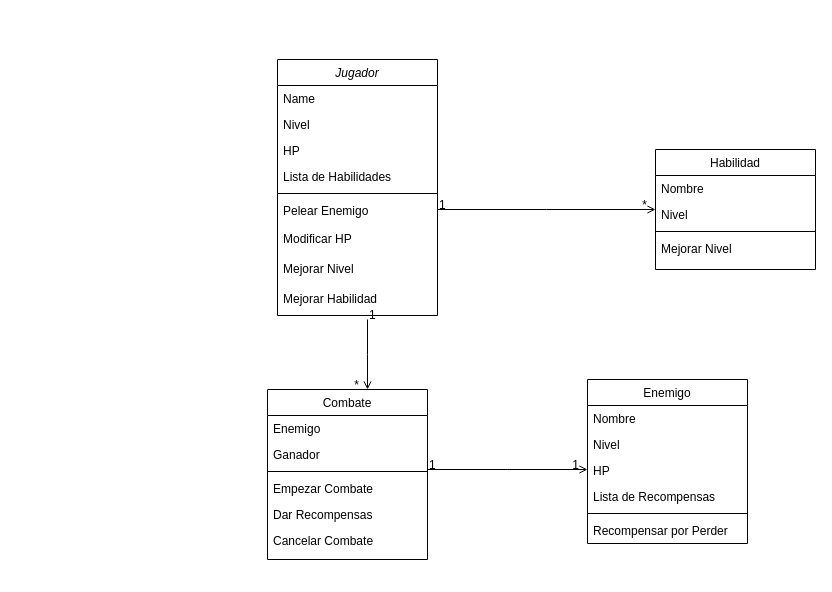
Above: Juego de Rol.drawio in AgustinaFontana/1prueba (draw.io), before the change. Source tidied: cells renumbered, new cells numbered last; positions are measured from the earlier drawing's top-left corner, leaving out a move shared by most shapes. Both pictures are drawn from the tidied source at 100%, with x=0, y=0 at pixel (267, 59).
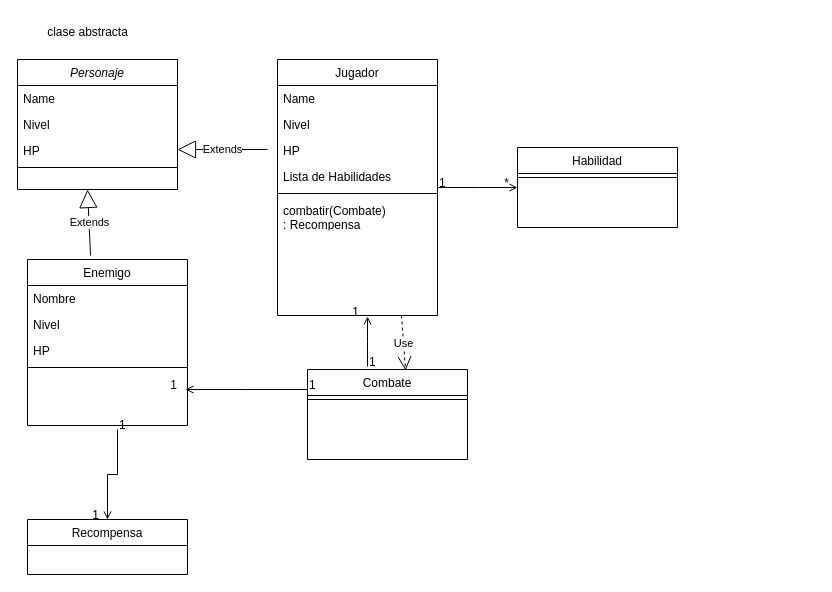
After the change.

Change to the diagram source:
```diff
@@
-    <mxCell id="2" value="Jugador" style="swimlane;fontStyle=2;align=center;verticalAlign=top;horizontal=1;startSize=26;rounded=0;shadow=0;strokeWidth=1;" parent="1" vertex="1">
+    <mxCell id="2" value="Jugador" style="swimlane;fontStyle=0;align=center;verticalAlign=top;horizontal=1;startSize=26;rounded=0;shadow=0;strokeWidth=1;" parent="1" vertex="1">
       <mxGeometry x="10" width="160" height="256" as="geometry" />
     </mxCell>
@@
-    <mxCell id="8" value="Pelear Enemigo" style="text;align=left;verticalAlign=top;spacingLeft=4;spacingRight=4;overflow=hidden;" parent="2" vertex="1">
+    <mxCell id="8" value="combatir(Combate) &#10;: Recompensa" style="text;align=left;verticalAlign=top;spacingLeft=4;spacingRight=4;overflow=hidden;" parent="2" vertex="1">
       <mxGeometry y="138" width="160" height="28" as="geometry" />
     </mxCell>
-    <mxCell id="9" value="Modificar HP" style="text;align=left;verticalAlign=top;spacingLeft=4;spacingRight=4;overflow=hidden;" parent="2" vertex="1">
-      <mxGeometry y="166" width="160" height="30" as="geometry" />
-    </mxCell>
-    <mxCell id="10" value="Mejorar Nivel" style="text;align=left;verticalAlign=top;spacingLeft=4;spacingRight=4;overflow=hidden;" parent="2" vertex="1">
-      <mxGeometry y="196" width="160" height="30" as="geometry" />
-    </mxCell>
-    <mxCell id="11" value="Mejorar Habilidad" style="text;align=left;verticalAlign=top;spacingLeft=4;spacingRight=4;overflow=hidden;" parent="2" vertex="1">
-      <mxGeometry y="226" width="160" height="30" as="geometry" />
-    </mxCell>
     <mxCell id="12" value="Combate" style="swimlane;fontStyle=0;align=center;verticalAlign=top;horizontal=1;startSize=26;rounded=0;shadow=0;strokeWidth=1;" parent="1" vertex="1">
-      <mxGeometry y="330" width="160" height="170" as="geometry" />
+      <mxGeometry x="40" y="310" width="160" height="90" as="geometry" />
     </mxCell>
-    <mxCell id="13" value="Enemigo " style="text;align=left;verticalAlign=top;spacingLeft=4;spacingRight=4;overflow=hidden;" parent="12" vertex="1">
-      <mxGeometry y="26" width="160" height="26" as="geometry" />
-    </mxCell>
-    <mxCell id="14" value="Ganador" style="text;align=left;verticalAlign=top;spacingLeft=4;spacingRight=4;overflow=hidden;rounded=0;shadow=0;html=0;" parent="12" vertex="1">
-      <mxGeometry y="52" width="160" height="26" as="geometry" />
-    </mxCell>
     <mxCell id="15" style="line;html=1;strokeWidth=1;align=left;verticalAlign=middle;spacingTop=-1;spacingLeft=3;spacingRight=3;labelPosition=right;" parent="12" vertex="1">
-      <mxGeometry y="78" width="160" height="8" as="geometry" />
+      <mxGeometry y="26" width="160" height="8" as="geometry" />
     </mxCell>
-    <mxCell id="16" value="Empezar Combate" style="text;align=left;verticalAlign=top;spacingLeft=4;spacingRight=4;overflow=hidden;" parent="12" vertex="1">
-      <mxGeometry y="86" width="160" height="26" as="geometry" />
-    </mxCell>
-    <mxCell id="17" value="Dar Recompensas" style="text;align=left;verticalAlign=top;spacingLeft=4;spacingRight=4;overflow=hidden;" parent="12" vertex="1">
-      <mxGeometry y="112" width="160" height="26" as="geometry" />
-    </mxCell>
-    <mxCell id="18" value="Cancelar Combate" style="text;align=left;verticalAlign=top;spacingLeft=4;spacingRight=4;overflow=hidden;" parent="12" vertex="1">
-      <mxGeometry y="138" width="160" height="26" as="geometry" />
-    </mxCell>
     <mxCell id="19" value="Enemigo" style="swimlane;fontStyle=0;align=center;verticalAlign=top;horizontal=1;startSize=26;rounded=0;shadow=0;strokeWidth=1;" parent="1" vertex="1">
-      <mxGeometry x="320" y="320" width="160" height="164" as="geometry" />
+      <mxGeometry x="-240" y="200" width="160" height="166" as="geometry" />
     </mxCell>
@@
-    <mxCell id="23" value="Lista de Recompensas" style="text;align=left;verticalAlign=top;spacingLeft=4;spacingRight=4;overflow=hidden;" parent="19" vertex="1">
-      <mxGeometry y="104" width="160" height="26" as="geometry" />
-    </mxCell>
     <mxCell id="24" style="line;html=1;strokeWidth=1;align=left;verticalAlign=middle;spacingTop=-1;spacingLeft=3;spacingRight=3;labelPosition=right;" parent="19" vertex="1">
-      <mxGeometry y="130" width="160" height="8" as="geometry" />
+      <mxGeometry y="104" width="160" height="8" as="geometry" />
     </mxCell>
-    <mxCell id="25" value="Recompensar por Perder" style="text;align=left;verticalAlign=top;spacingLeft=4;spacingRight=4;overflow=hidden;rounded=0;shadow=0;html=0;" parent="19" vertex="1">
-      <mxGeometry y="138" width="160" height="26" as="geometry" />
-    </mxCell>
     <mxCell id="26" value="Habilidad" style="swimlane;fontStyle=0;align=center;verticalAlign=top;horizontal=1;startSize=26;rounded=0;shadow=0;strokeWidth=1;" parent="1" vertex="1">
-      <mxGeometry x="388" y="90" width="160" height="120" as="geometry" />
+      <mxGeometry x="250" y="88" width="160" height="80" as="geometry" />
     </mxCell>
-    <mxCell id="27" value="Nombre" style="text;align=left;verticalAlign=top;spacingLeft=4;spacingRight=4;overflow=hidden;" parent="26" vertex="1">
-      <mxGeometry y="26" width="160" height="26" as="geometry" />
-    </mxCell>
-    <mxCell id="28" value="Nivel" style="text;align=left;verticalAlign=top;spacingLeft=4;spacingRight=4;overflow=hidden;rounded=0;shadow=0;html=0;" parent="26" vertex="1">
-      <mxGeometry y="52" width="160" height="26" as="geometry" />
-    </mxCell>
     <mxCell id="29" style="line;html=1;strokeWidth=1;align=left;verticalAlign=middle;spacingTop=-1;spacingLeft=3;spacingRight=3;labelPosition=right;" parent="26" vertex="1">
-      <mxGeometry y="78" width="160" height="8" as="geometry" />
+      <mxGeometry y="26" width="160" height="8" as="geometry" />
     </mxCell>
-    <mxCell id="30" value="Mejorar Nivel" style="text;align=left;verticalAlign=top;spacingLeft=4;spacingRight=4;overflow=hidden;" parent="26" vertex="1">
-      <mxGeometry y="86" width="160" height="26" as="geometry" />
-    </mxCell>
@@
-    <mxCell id="34" style="endArrow=open;shadow=0;strokeWidth=1;rounded=0;endFill=1;edgeStyle=elbowEdgeStyle;elbow=vertical;" parent="1" edge="1">
-      <mxGeometry x="0.5" y="41" relative="1" as="geometry">
-        <mxPoint x="100" y="260" as="sourcePoint" />
-        <mxPoint x="100" y="330" as="targetPoint" />
-        <mxPoint x="-40" y="32" as="offset" />
-      </mxGeometry>
-    </mxCell>
-    <mxCell id="35" value="1" style="align=left;verticalAlign=bottom;labelBackgroundColor=none;fontSize=12;" parent="34" vertex="1">
-      <mxGeometry x="-1" relative="1" as="geometry">
-        <mxPoint y="4" as="offset" />
-      </mxGeometry>
-    </mxCell>
-    <mxCell id="36" value="*" style="align=right;verticalAlign=bottom;labelBackgroundColor=none;fontSize=12;" parent="34" vertex="1">
-      <mxGeometry x="1" relative="1" as="geometry">
-        <mxPoint x="-7" y="4" as="offset" />
-      </mxGeometry>
-    </mxCell>
-    <mxCell id="37" style="endArrow=open;shadow=0;strokeWidth=1;rounded=0;endFill=1;edgeStyle=elbowEdgeStyle;elbow=vertical;" parent="1" edge="1">
-      <mxGeometry x="0.5" y="41" relative="1" as="geometry">
-        <mxPoint x="160" y="410" as="sourcePoint" />
-        <mxPoint x="320" y="410" as="targetPoint" />
-        <mxPoint x="-40" y="32" as="offset" />
-      </mxGeometry>
-    </mxCell>
-    <mxCell id="38" value="1" style="align=left;verticalAlign=bottom;labelBackgroundColor=none;fontSize=12;" parent="37" vertex="1">
-      <mxGeometry x="-1" relative="1" as="geometry">
-        <mxPoint y="4" as="offset" />
-      </mxGeometry>
-    </mxCell>
-    <mxCell id="39" value="1" style="align=right;verticalAlign=bottom;labelBackgroundColor=none;fontSize=12;" parent="37" vertex="1">
-      <mxGeometry x="1" relative="1" as="geometry">
-        <mxPoint x="-7" y="4" as="offset" />
-      </mxGeometry>
-    </mxCell>
+    <mxCell id="40" value="Personaje" style="swimlane;fontStyle=2;align=center;verticalAlign=top;horizontal=1;startSize=26;rounded=0;shadow=0;strokeWidth=1;" parent="1" vertex="1">
+      <mxGeometry x="-250" width="160" height="130" as="geometry" />
+    </mxCell>
+    <mxCell id="41" value="Name" style="text;align=left;verticalAlign=top;spacingLeft=4;spacingRight=4;overflow=hidden;" parent="40" vertex="1">
+      <mxGeometry y="26" width="160" height="26" as="geometry" />
+    </mxCell>
+    <mxCell id="28" value="Nivel" style="text;align=left;verticalAlign=top;spacingLeft=4;spacingRight=4;overflow=hidden;rounded=0;shadow=0;html=0;" parent="40" vertex="1">
+      <mxGeometry y="52" width="160" height="26" as="geometry" />
+    </mxCell>
+    <mxCell id="42" value="HP" style="text;align=left;verticalAlign=top;spacingLeft=4;spacingRight=4;overflow=hidden;rounded=0;shadow=0;html=0;" parent="40" vertex="1">
+      <mxGeometry y="78" width="160" height="26" as="geometry" />
+    </mxCell>
+    <mxCell id="43" style="line;html=1;strokeWidth=1;align=left;verticalAlign=middle;spacingTop=-1;spacingLeft=3;spacingRight=3;labelPosition=right;" parent="40" vertex="1">
+      <mxGeometry y="104" width="160" height="8" as="geometry" />
+    </mxCell>
+    <mxCell id="44" value="clase abstracta" style="text;html=1;align=center;verticalAlign=middle;strokeColor=none;fillColor=none;" parent="1" vertex="1">
+      <mxGeometry x="-230" y="-42" width="100" height="30" as="geometry" />
+    </mxCell>
+    <mxCell id="45" value="Extends" style="endArrow=block;endSize=16;endFill=0;html=1;rounded=0;exitX=0.394;exitY=-0.024;exitDx=0;exitDy=0;exitPerimeter=0;" parent="1" edge="1" source="19">
+      <mxGeometry relative="1" as="geometry">
+        <mxPoint x="-180" y="130" as="targetPoint" />
+      </mxGeometry>
+    </mxCell>
+    <mxCell id="46" value="Extends" style="endArrow=block;endSize=16;endFill=0;html=1;rounded=0;" parent="1" edge="1">
+      <mxGeometry relative="1" as="geometry">
+        <mxPoint y="90" as="sourcePoint" />
+        <mxPoint x="-90" y="90" as="targetPoint" />
+      </mxGeometry>
+    </mxCell>
+    <mxCell id="47" style="endArrow=open;shadow=0;strokeWidth=1;rounded=0;endFill=1;edgeStyle=elbowEdgeStyle;elbow=vertical;" parent="1" edge="1">
+      <mxGeometry x="0.5" y="41" relative="1" as="geometry">
+        <mxPoint x="40" y="330" as="sourcePoint" />
+        <mxPoint x="-82" y="330" as="targetPoint" />
+        <mxPoint x="-40" y="32" as="offset" />
+      </mxGeometry>
+    </mxCell>
+    <mxCell id="48" value="1" style="align=left;verticalAlign=bottom;labelBackgroundColor=none;fontSize=12;" parent="47" vertex="1">
+      <mxGeometry x="-1" relative="1" as="geometry">
+        <mxPoint y="4" as="offset" />
+      </mxGeometry>
+    </mxCell>
+    <mxCell id="49" value="1" style="align=right;verticalAlign=bottom;labelBackgroundColor=none;fontSize=12;" parent="47" vertex="1">
+      <mxGeometry x="1" relative="1" as="geometry">
+        <mxPoint x="-7" y="4" as="offset" />
+      </mxGeometry>
+    </mxCell>
+    <mxCell id="50" style="endArrow=open;shadow=0;strokeWidth=1;rounded=0;endFill=1;edgeStyle=elbowEdgeStyle;elbow=vertical;" parent="1" edge="1">
+      <mxGeometry x="0.5" y="41" relative="1" as="geometry">
+        <mxPoint x="100" y="307" as="sourcePoint" />
+        <mxPoint x="100" y="257" as="targetPoint" />
+        <mxPoint x="-40" y="32" as="offset" />
+      </mxGeometry>
+    </mxCell>
+    <mxCell id="51" value="1" style="align=left;verticalAlign=bottom;labelBackgroundColor=none;fontSize=12;" parent="50" vertex="1">
+      <mxGeometry x="-1" relative="1" as="geometry">
+        <mxPoint y="4" as="offset" />
+      </mxGeometry>
+    </mxCell>
+    <mxCell id="52" value="1" style="align=right;verticalAlign=bottom;labelBackgroundColor=none;fontSize=12;" parent="50" vertex="1">
+      <mxGeometry x="1" relative="1" as="geometry">
+        <mxPoint x="-7" y="4" as="offset" />
+      </mxGeometry>
+    </mxCell>
+    <mxCell id="53" value="Recompensa" style="swimlane;fontStyle=0;align=center;verticalAlign=top;horizontal=1;startSize=26;rounded=0;shadow=0;strokeWidth=1;" parent="1" vertex="1">
+      <mxGeometry x="-240" y="460" width="160" height="55" as="geometry" />
+    </mxCell>
+    <mxCell id="54" style="endArrow=open;shadow=0;strokeWidth=1;rounded=0;endFill=1;edgeStyle=elbowEdgeStyle;elbow=vertical;entryX=0.5;entryY=0;entryDx=0;entryDy=0;" parent="1" edge="1" target="53">
+      <mxGeometry x="0.5" y="41" relative="1" as="geometry">
+        <mxPoint x="-150" y="370" as="sourcePoint" />
+        <mxPoint x="-40" y="32" as="offset" />
+      </mxGeometry>
+    </mxCell>
+    <mxCell id="55" value="1" style="align=left;verticalAlign=bottom;labelBackgroundColor=none;fontSize=12;" parent="54" vertex="1">
+      <mxGeometry x="-1" relative="1" as="geometry">
+        <mxPoint y="4" as="offset" />
+      </mxGeometry>
+    </mxCell>
+    <mxCell id="56" value="1" style="align=right;verticalAlign=bottom;labelBackgroundColor=none;fontSize=12;" parent="54" vertex="1">
+      <mxGeometry x="1" relative="1" as="geometry">
+        <mxPoint x="-7" y="4" as="offset" />
+      </mxGeometry>
+    </mxCell>
+    <mxCell id="57" value="Use" style="endArrow=open;endSize=12;dashed=1;html=1;rounded=0;entryX=0.613;entryY=0.011;entryDx=0;entryDy=0;entryPerimeter=0;" parent="1" edge="1" target="12">
+      <mxGeometry relative="1" as="geometry">
+        <mxPoint x="134" y="256" as="sourcePoint" />
+      </mxGeometry>
+    </mxCell>
```
